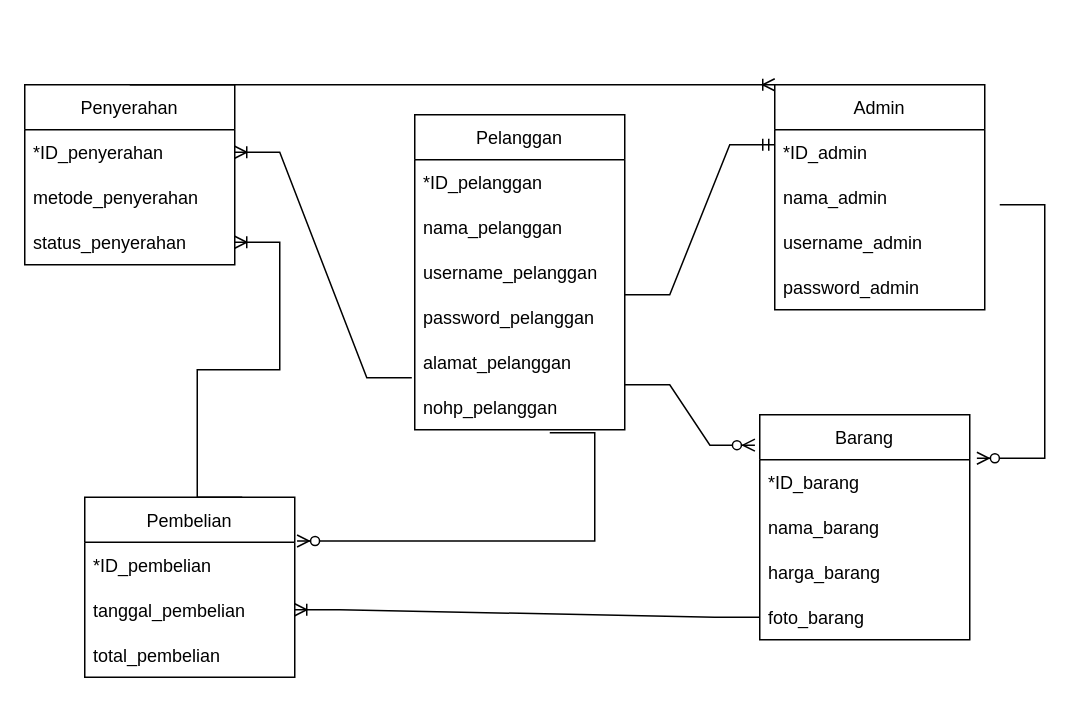
Before: pertemuan3/ERD crow's foot .drawio in andamira16/IF214002, a draw.io diagram. Source tidied: cells renumbered, new cells numbered last; positions are measured from the earlier drawing's top-left corner, leaving out a move shared by most shapes. Both pictures are drawn from the tidied source at 150%, with x=0, y=0 at pixel (24, 84).
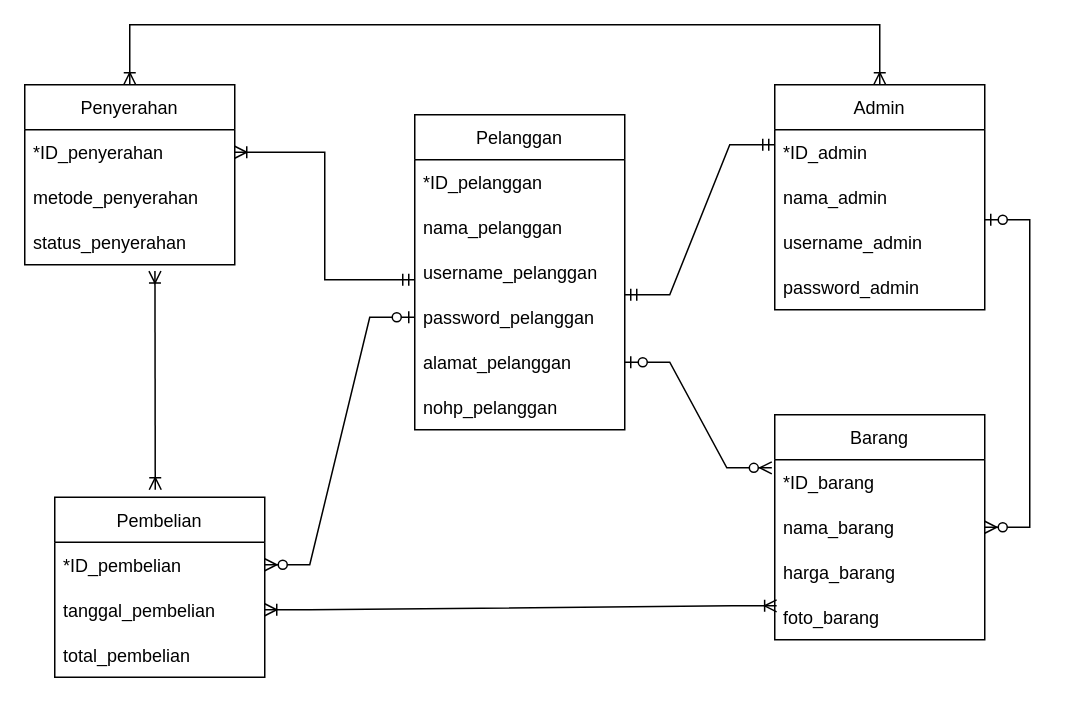
The same diagram, later.

Unchanged cells that the change refers to:
```xml
<mxCell id="2" value="Admin" style="swimlane;fontStyle=0;horizontal=1;startSize=30;" parent="1" vertex="1">
  <mxGeometry x="500" width="140" height="150" as="geometry" />
</mxCell>
<mxCell id="7" value="Pelanggan" style="swimlane;fontStyle=0;horizontal=1;startSize=30;" parent="1" vertex="1">
  <mxGeometry x="260" y="20" width="140" height="210" as="geometry" />
</mxCell>
<mxCell id="11" value="password_pelanggan" style="text;strokeColor=none;fillColor=none;align=left;verticalAlign=middle;spacingLeft=4;spacingRight=4;overflow=hidden;points=[[0,0.5],[1,0.5]];portConstraint=eastwest;" parent="7" vertex="1">
  <mxGeometry y="120" width="140" height="30" as="geometry" />
</mxCell>
<mxCell id="12" value="alamat_pelanggan" style="text;strokeColor=none;fillColor=none;align=left;verticalAlign=middle;spacingLeft=4;spacingRight=4;overflow=hidden;points=[[0,0.5],[1,0.5]];portConstraint=eastwest;" parent="7" vertex="1">
  <mxGeometry y="150" width="140" height="30" as="geometry" />
</mxCell>
<mxCell id="13" value="nohp_pelanggan" style="text;strokeColor=none;fillColor=none;align=left;verticalAlign=middle;spacingLeft=4;spacingRight=4;overflow=hidden;points=[[0,0.5],[1,0.5]];portConstraint=eastwest;" parent="7" vertex="1">
  <mxGeometry y="180" width="140" height="30" as="geometry" />
</mxCell>
<mxCell id="15" value="*ID_barang" style="text;strokeColor=none;fillColor=none;align=left;verticalAlign=middle;spacingLeft=4;spacingRight=4;overflow=hidden;points=[[0,0.5],[1,0.5]];portConstraint=eastwest;" parent="14" vertex="1">
  <mxGeometry y="30" width="140" height="30" as="geometry" />
</mxCell>
<mxCell id="16" value="nama_barang" style="text;strokeColor=none;fillColor=none;align=left;verticalAlign=middle;spacingLeft=4;spacingRight=4;overflow=hidden;points=[[0,0.5],[1,0.5]];portConstraint=eastwest;" parent="14" vertex="1">
  <mxGeometry y="60" width="140" height="30" as="geometry" />
</mxCell>
<mxCell id="18" value="foto_barang" style="text;strokeColor=none;fillColor=none;align=left;verticalAlign=middle;spacingLeft=4;spacingRight=4;overflow=hidden;points=[[0,0.5],[1,0.5]];portConstraint=eastwest;" parent="14" vertex="1">
  <mxGeometry y="120" width="140" height="30" as="geometry" />
</mxCell>
<mxCell id="20" value="*ID_pembelian" style="text;strokeColor=none;fillColor=none;align=left;verticalAlign=middle;spacingLeft=4;spacingRight=4;overflow=hidden;points=[[0,0.5],[1,0.5]];portConstraint=eastwest;" parent="19" vertex="1">
  <mxGeometry y="30" width="140" height="30" as="geometry" />
</mxCell>
<mxCell id="21" value="tanggal_pembelian" style="text;strokeColor=none;fillColor=none;align=left;verticalAlign=middle;spacingLeft=4;spacingRight=4;overflow=hidden;points=[[0,0.5],[1,0.5]];portConstraint=eastwest;" parent="19" vertex="1">
  <mxGeometry y="60" width="140" height="30" as="geometry" />
</mxCell>
<mxCell id="23" value="Penyerahan" style="swimlane;fontStyle=0;horizontal=1;startSize=30;" parent="1" vertex="1">
  <mxGeometry width="140" height="120" as="geometry" />
</mxCell>
<mxCell id="24" value="*ID_penyerahan" style="text;strokeColor=none;fillColor=none;align=left;verticalAlign=middle;spacingLeft=4;spacingRight=4;overflow=hidden;points=[[0,0.5],[1,0.5]];portConstraint=eastwest;" parent="23" vertex="1">
  <mxGeometry y="30" width="140" height="30" as="geometry" />
</mxCell>
<mxCell id="26" value="status_penyerahan" style="text;strokeColor=none;fillColor=none;align=left;verticalAlign=middle;spacingLeft=4;spacingRight=4;overflow=hidden;points=[[0,0.5],[1,0.5]];portConstraint=eastwest;" parent="23" vertex="1">
  <mxGeometry y="90" width="140" height="30" as="geometry" />
</mxCell>
```

What changed in the source:
```diff
@@
+    <mxCell id="36" style="fontSize=12;html=1;endArrow=ERoneToMany;startArrow=ERmandOne;rounded=0;entryX=1;entryY=0.5;entryDx=0;entryDy=0;edgeStyle=elbowEdgeStyle;" parent="7" edge="1" target="24">
+      <mxGeometry relative="1" as="geometry">
+        <mxPoint y="110" as="sourcePoint" />
+      </mxGeometry>
+    </mxCell>
@@
     <mxCell id="14" value="Barang" style="swimlane;fontStyle=0;horizontal=1;startSize=30;" parent="1" vertex="1">
-      <mxGeometry x="490" y="220" width="140" height="150" as="geometry" />
+      <mxGeometry x="500" y="220" width="140" height="150" as="geometry" />
     </mxCell>
@@
     <mxCell id="19" value="Pembelian" style="swimlane;fontStyle=0;horizontal=1;startSize=30;" parent="1" vertex="1">
-      <mxGeometry x="40" y="275" width="140" height="120" as="geometry" />
+      <mxGeometry x="20" y="275" width="140" height="120" as="geometry" />
     </mxCell>
@@
-    <mxCell id="27" style="edgeStyle=entityRelationEdgeStyle;fontSize=12;html=1;endArrow=ERmandOne;rounded=0;" parent="1" edge="1">
-      <mxGeometry relative="1" as="geometry">
-        <mxPoint x="400" y="140" as="sourcePoint" />
-        <mxPoint x="500" y="40" as="targetPoint" />
-      </mxGeometry>
-    </mxCell>
-    <mxCell id="28" style="edgeStyle=entityRelationEdgeStyle;fontSize=12;html=1;endArrow=ERzeroToMany;endFill=1;rounded=0;entryX=1.034;entryY=-0.033;entryDx=0;entryDy=0;entryPerimeter=0;" parent="1" edge="1" target="15">
-      <mxGeometry relative="1" as="geometry">
-        <mxPoint x="650" y="80" as="sourcePoint" />
-      </mxGeometry>
-    </mxCell>
-    <mxCell id="29" style="edgeStyle=entityRelationEdgeStyle;fontSize=12;html=1;endArrow=ERzeroToMany;endFill=1;rounded=0;entryX=-0.023;entryY=0.135;entryDx=0;entryDy=0;exitX=1;exitY=0;exitDx=0;exitDy=0;exitPerimeter=0;entryPerimeter=0;" parent="1" edge="1" source="13" target="14">
-      <mxGeometry relative="1" as="geometry" />
-    </mxCell>
-    <mxCell id="30" style="edgeStyle=entityRelationEdgeStyle;fontSize=12;html=1;endArrow=ERzeroToMany;endFill=1;rounded=0;entryX=1.011;entryY=-0.027;entryDx=0;entryDy=0;entryPerimeter=0;" parent="1" edge="1" target="20">
-      <mxGeometry relative="1" as="geometry">
-        <mxPoint x="350" y="232" as="sourcePoint" />
-      </mxGeometry>
-    </mxCell>
@@
-    <mxCell id="32" style="edgeStyle=entityRelationEdgeStyle;fontSize=12;html=1;endArrow=ERoneToMany;rounded=0;entryX=1;entryY=0.5;entryDx=0;entryDy=0;exitX=0;exitY=0.5;exitDx=0;exitDy=0;" parent="1" edge="1" source="18" target="21">
-      <mxGeometry relative="1" as="geometry" />
-    </mxCell>
-    <mxCell id="33" style="edgeStyle=entityRelationEdgeStyle;fontSize=12;html=1;endArrow=ERoneToMany;rounded=0;entryX=1;entryY=0.5;entryDx=0;entryDy=0;exitX=0.75;exitY=0;exitDx=0;exitDy=0;" parent="1" edge="1" source="19" target="26">
-      <mxGeometry relative="1" as="geometry" />
-    </mxCell>
-    <mxCell id="34" style="edgeStyle=entityRelationEdgeStyle;fontSize=12;html=1;endArrow=ERoneToMany;rounded=0;entryX=1;entryY=0.5;entryDx=0;entryDy=0;exitX=-0.014;exitY=-0.153;exitDx=0;exitDy=0;exitPerimeter=0;" parent="1" edge="1" source="13" target="24">
-      <mxGeometry relative="1" as="geometry" />
-    </mxCell>
+    <mxCell id="37" style="edgeStyle=entityRelationEdgeStyle;fontSize=12;html=1;endArrow=ERmandOne;startArrow=ERmandOne;rounded=0;" parent="1" edge="1">
+      <mxGeometry relative="1" as="geometry">
+        <mxPoint x="400" y="140" as="sourcePoint" />
+        <mxPoint x="500" y="40" as="targetPoint" />
+      </mxGeometry>
+    </mxCell>
+    <mxCell id="38" style="edgeStyle=entityRelationEdgeStyle;fontSize=12;html=1;endArrow=ERzeroToMany;startArrow=ERzeroToOne;rounded=0;entryX=1;entryY=0.5;entryDx=0;entryDy=0;" parent="1" edge="1" target="16">
+      <mxGeometry relative="1" as="geometry">
+        <mxPoint x="640" y="90" as="sourcePoint" />
+      </mxGeometry>
+    </mxCell>
+    <mxCell id="39" style="edgeStyle=entityRelationEdgeStyle;fontSize=12;html=1;endArrow=ERzeroToMany;startArrow=ERzeroToOne;rounded=0;entryX=-0.014;entryY=0.18;entryDx=0;entryDy=0;entryPerimeter=0;exitX=1;exitY=0.5;exitDx=0;exitDy=0;" parent="1" edge="1" source="12" target="15">
+      <mxGeometry relative="1" as="geometry" />
+    </mxCell>
+    <mxCell id="40" style="edgeStyle=entityRelationEdgeStyle;fontSize=12;html=1;endArrow=ERzeroToMany;startArrow=ERzeroToOne;rounded=0;entryX=1;entryY=0.5;entryDx=0;entryDy=0;exitX=0;exitY=0.5;exitDx=0;exitDy=0;" parent="1" edge="1" source="11" target="20">
+      <mxGeometry relative="1" as="geometry" />
+    </mxCell>
+    <mxCell id="41" style="edgeStyle=entityRelationEdgeStyle;fontSize=12;html=1;endArrow=ERoneToMany;startArrow=ERoneToMany;rounded=0;exitX=1;exitY=0.5;exitDx=0;exitDy=0;entryX=0.009;entryY=0.247;entryDx=0;entryDy=0;entryPerimeter=0;" parent="1" edge="1" source="21" target="18">
+      <mxGeometry relative="1" as="geometry" />
+    </mxCell>
+    <mxCell id="42" style="fontSize=12;html=1;endArrow=ERoneToMany;startArrow=ERoneToMany;rounded=0;exitX=0.62;exitY=1.14;exitDx=0;exitDy=0;exitPerimeter=0;" parent="1" edge="1" source="26">
+      <mxGeometry relative="1" as="geometry">
+        <mxPoint x="87" y="270" as="targetPoint" />
+      </mxGeometry>
+    </mxCell>
-    <mxCell id="35" style="edgeStyle=entityRelationEdgeStyle;fontSize=12;html=1;endArrow=ERoneToMany;rounded=0;entryX=0;entryY=0;entryDx=0;entryDy=0;exitX=0.5;exitY=0;exitDx=0;exitDy=0;" parent="1" edge="1" source="23" target="2">
-      <mxGeometry relative="1" as="geometry" />
+    <mxCell id="35" style="edgeStyle=elbowEdgeStyle;fontSize=12;html=1;endArrow=ERoneToMany;startArrow=ERoneToMany;rounded=0;exitX=0.5;exitY=0;exitDx=0;exitDy=0;elbow=vertical;entryX=0.5;entryY=0;entryDx=0;entryDy=0;" parent="1" edge="1" source="23" target="2">
+      <mxGeometry relative="1" as="geometry">
+        <Array as="points">
+          <mxPoint x="330" y="-40" />
+        </Array>
+      </mxGeometry>
     </mxCell>
```
